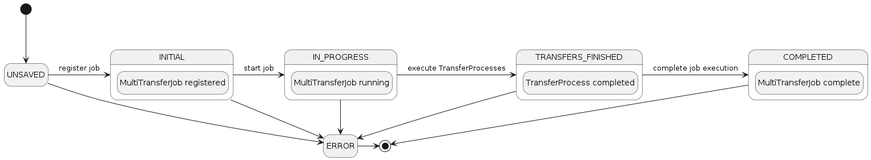
Above: docs/assets/arc42/arc42_022.png in catenax-ng/tx-item-relationship-service (PlantUML), before the change.
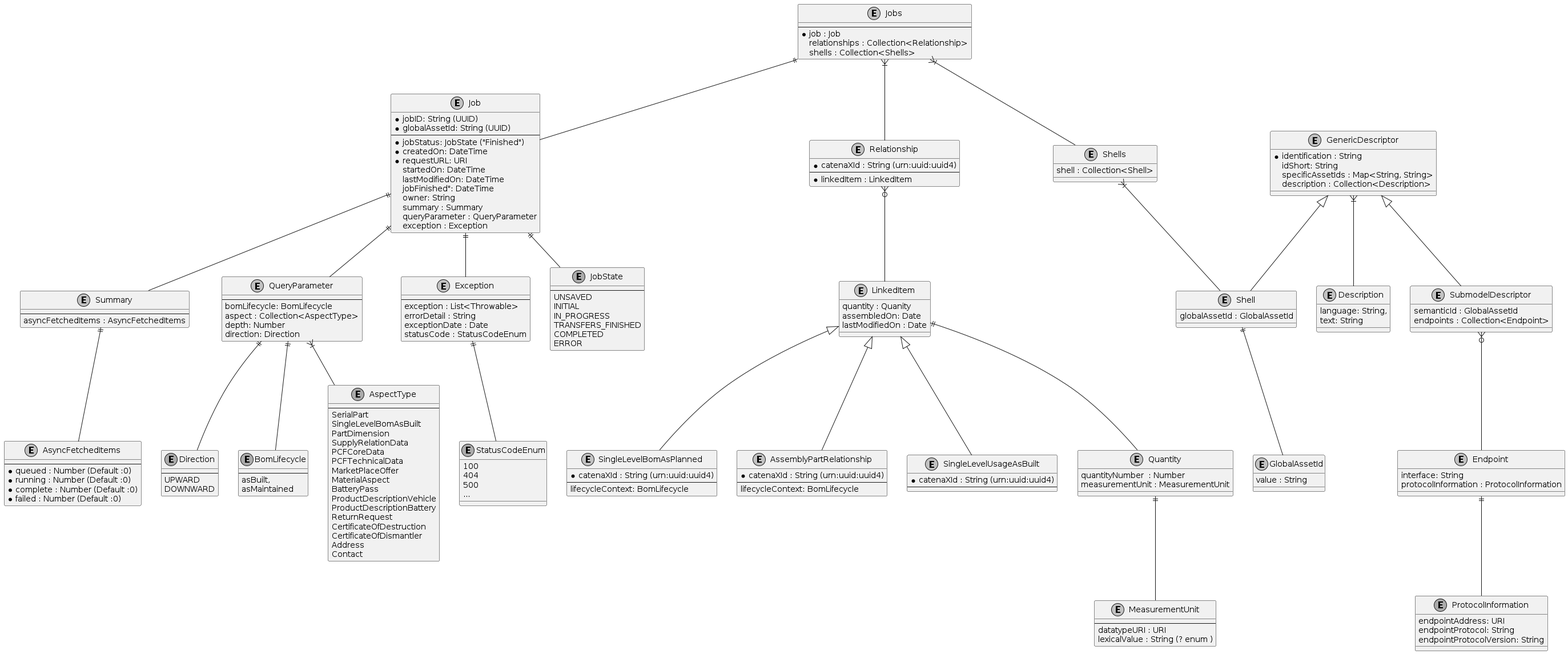
After the change.

What changed in the source:
```diff
@@ -1,35 +1,215 @@
 @startuml
-
 skinparam monochrome true
 skinparam shadowing false
-
-hide empty description
-
-state INITIAL {
-    state "MultiTransferJob registered"
-
-}
-state IN_PROGRESS {
-    state "MultiTransferJob running"
-
-}
-state TRANSFERS_FINISHED {
-    state "TransferProcess completed"
-}
-state COMPLETED {
-    state "MultiTransferJob complete"
+entity Jobs {
+    ---
+    * job : Job
+    relationships : Collection<Relationship>
+    shells : Collection<Shells>
 }
 
-[*] --> UNSAVED
-UNSAVED -> INITIAL : register job
-INITIAL -> IN_PROGRESS : start job
-IN_PROGRESS -> TRANSFERS_FINISHED : execute TransferProcesses
-TRANSFERS_FINISHED -> COMPLETED : complete job execution
-COMPLETED --> [*]
-UNSAVED --> ERROR
-INITIAL --> ERROR
-IN_PROGRESS --> ERROR
-TRANSFERS_FINISHED --> ERROR
-ERROR -> [*]
+entity Job {
+     * jobID: String (UUID)
+     * globalAssetId: String (UUID)
+     ---
+     * jobStatus: JobState ("Finished")
+     * createdOn: DateTime
+     * requestURL: URI
+     startedOn: DateTime
+     lastModifiedOn: DateTime
+     jobFinished": DateTime
+     owner: String
+     summary : Summary
+     queryParameter : QueryParameter
+     exception : Exception
+}
+
+entity Summary {
+    ---
+    asyncFetchedItems : AsyncFetchedItems
+}
+
+entity AsyncFetchedItems {
+    ---
+    * queued : Number (Default :0)
+    * running : Number (Default :0)
+    * complete : Number (Default :0)
+    * failed : Number (Default :0)
+}
+
+entity QueryParameter {
+     ---
+     bomLifecycle: BomLifecycle
+     aspect : Collection<AspectType>
+     depth: Number
+     direction: Direction
+}
+
+QueryParameter ||--  Direction
+QueryParameter ||--  BomLifecycle
+QueryParameter }|--  AspectType
+Summary ||--  AsyncFetchedItems
+Job ||-- QueryParameter
+
+
+enum Direction {
+    ---
+    UPWARD
+    DOWNWARD
+}
+
+enum BomLifecycle {
+    ---
+    asBuilt,
+    asMaintained
+}
+
+enum AspectType {
+    ---
+    SerialPart
+	SingleLevelBomAsBuilt
+	PartDimension
+	SupplyRelationData
+	PCFCoreData
+	PCFTechnicalData
+	MarketPlaceOffer
+	MaterialAspect
+	BatteryPass
+	ProductDescriptionVehicle
+	ProductDescriptionBattery
+	ReturnRequest
+	CertificateOfDestruction
+	CertificateOfDismantler
+	Address
+	Contact
+}
+
+entity Exception {
+    ---
+    exception : List<Throwable>
+    errorDetail : String
+    exceptionDate : Date
+    statusCode : StatusCodeEnum
+}
+
+enum  StatusCodeEnum {
+    100
+    404
+    500
+    ...
+}
+
+enum JobState {
+    ---
+    UNSAVED
+    INITIAL
+    IN_PROGRESS
+    TRANSFERS_FINISHED
+    COMPLETED
+    ERROR
+}
+
+entity Relationship {
+   * catenaXId : String (urn:uuid:uuid4)
+--
+  * linkedItem : LinkedItem
+ }
+
+entity LinkedItem {
+    quantity : Quanity
+    assembledOn: Date
+    lastModifiedOn : Date
+}
+
+entity SingleLevelBomAsPlanned {
+    * catenaXId : String (urn:uuid:uuid4)
+    ---
+    lifecycleContext: BomLifecycle
+}
+
+entity AssemblyPartRelationship  {
+    * catenaXId : String (urn:uuid:uuid4)
+    --
+    lifecycleContext: BomLifecycle
+}
+
+entity SingleLevelUsageAsBuilt  {
+    * catenaXId : String (urn:uuid:uuid4)
+    --
+}
+
+entity Quantity {
+    quantityNumber  : Number
+    measurementUnit : MeasurementUnit
+}
+
+entity MeasurementUnit {
+    --
+    datatypeURI : URI
+    lexicalValue : String (? enum )
+}
+
+Quantity  ||-- MeasurementUnit
+LinkedItem ||-- Quantity
+
+entity Shells {
+    shell : Collection<Shell>
+}
+
+entity Description {
+     language: String,
+     text: String
+}
+
+entity GenericDescriptor {
+     * identification : String
+     idShort: String
+     specificAssetIds : Map<String, String>
+     description : Collection<Description>
+}
+
+entity Shell {
+    globalAssetId : GlobalAssetId
+}
+
+entity GlobalAssetId {
+    value : String
+}
+
+entity SubmodelDescriptor {
+    semanticId : GlobalAssetId
+    endpoints : Collection<Endpoint>
+}
+
+entity Endpoint {
+    interface: String
+    protocolInformation : ProtocolInformation
+}
+
+enum ProtocolInformation {
+     endpointAddress: URI
+     endpointProtocol: String
+     endpointProtocolVersion: String
+}
+
+Jobs ||-- Job
+Jobs }|-- Relationship
+Jobs }|-- Shells
+Job ||-- JobState
+Job ||-- Summary
+Job ||--  Exception
+Shells }|-- Shell
+GenericDescriptor }|-- Description
+Shell ||-- GlobalAssetId
+GenericDescriptor <|-- Shell
+GenericDescriptor <|-- SubmodelDescriptor
+Endpoint ||--  ProtocolInformation
+Relationship }o-- LinkedItem
+SubmodelDescriptor }o-- Endpoint
+Exception ||-- StatusCodeEnum
+
+LinkedItem <|-- AssemblyPartRelationship
+LinkedItem <|-- SingleLevelUsageAsBuilt
+LinkedItem <|-- SingleLevelBomAsPlanned
 
 @enduml
```
